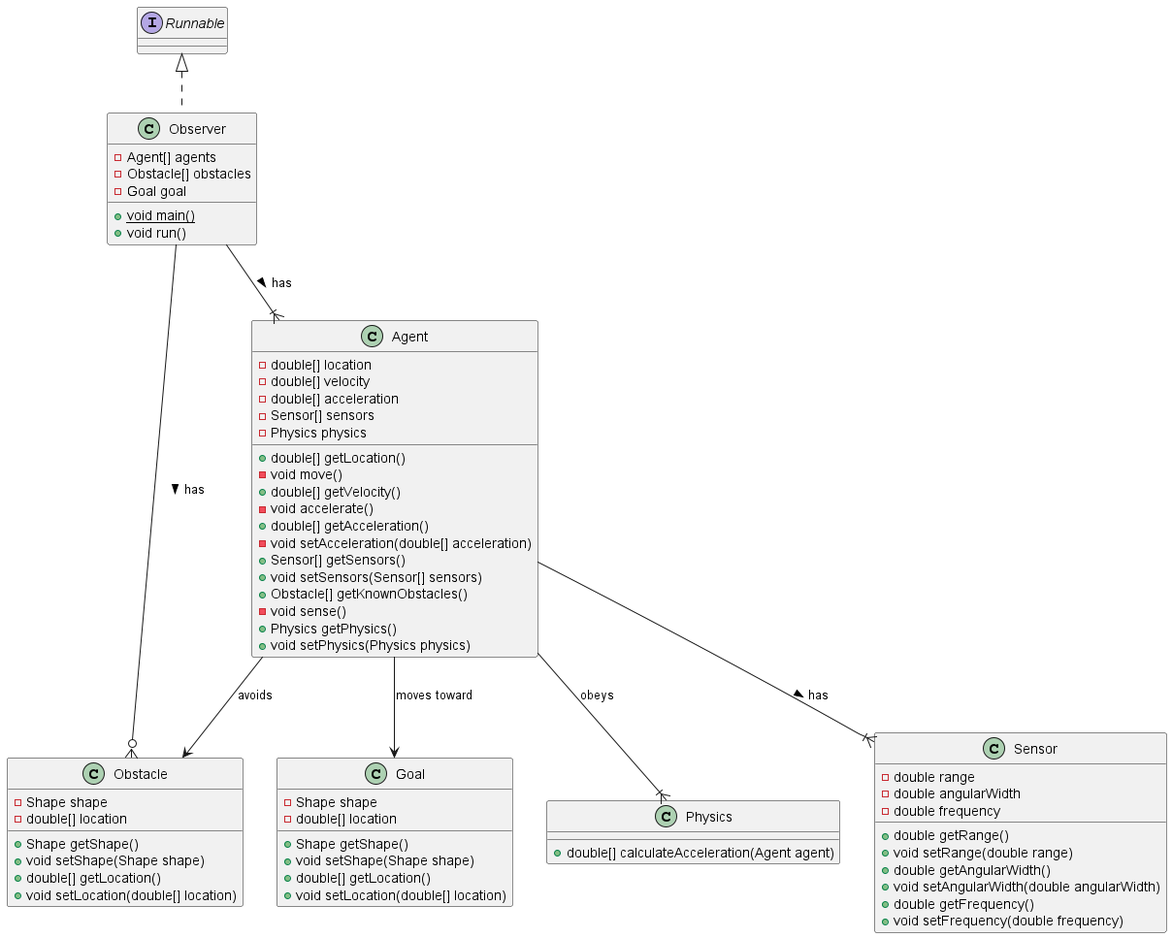
Above: doc/diagrams/simulation.png in dalemorris2021/agent-simulation (PlantUML), before the change.
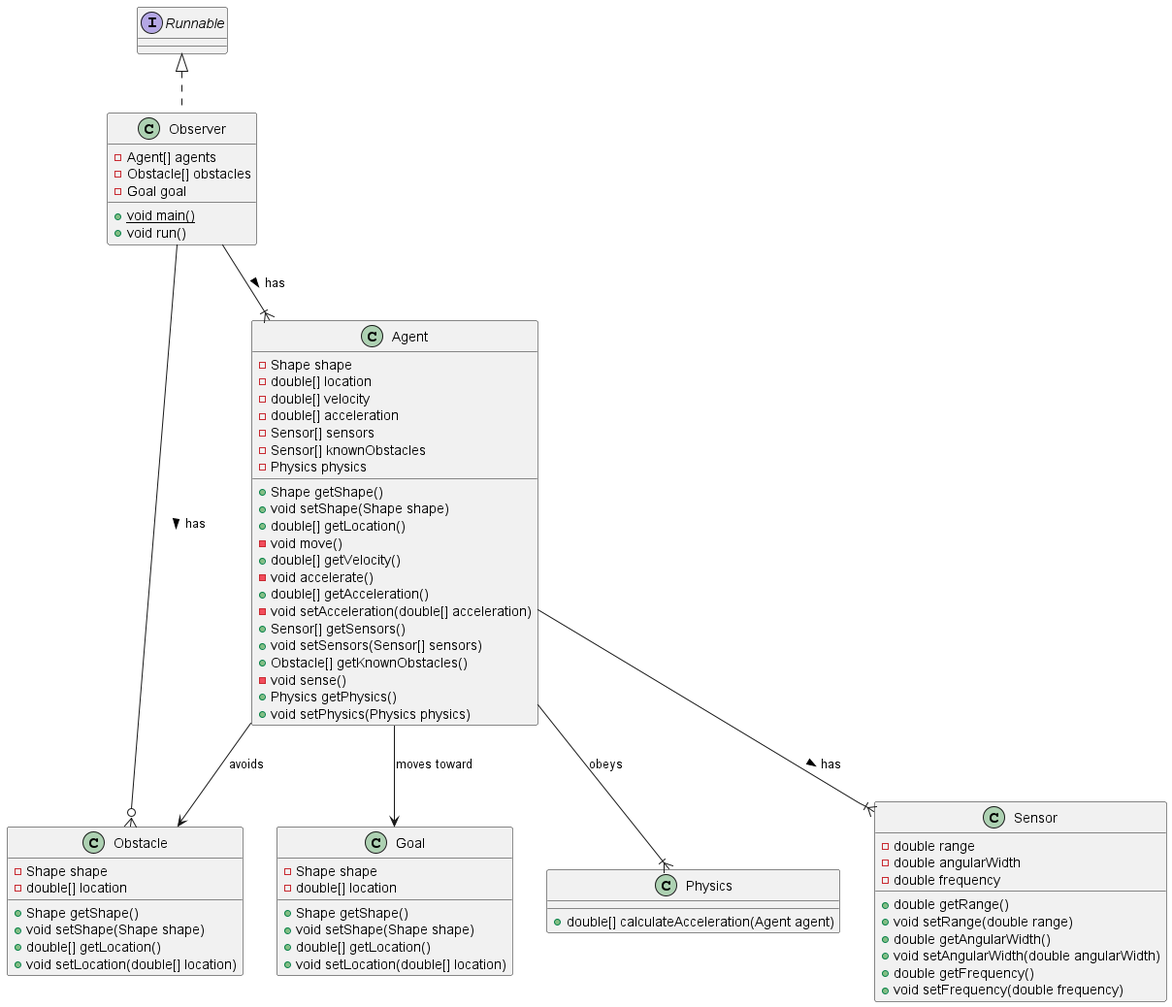
The same diagram one commit later.

Commit message:
Updated uml, added all fields and methods except those related to JavaFX

Diff of the diagram source:
```diff
@@ -9,12 +9,16 @@
 }
 
 class Agent {
+    - Shape shape
     - double[] location
     - double[] velocity
     - double[] acceleration
     - Sensor[] sensors
+    - Sensor[] knownObstacles
     - Physics physics
 
+    + Shape getShape()
+    + void setShape(Shape shape)
     + double[] getLocation()
     - void move()
     + double[] getVelocity()
```
